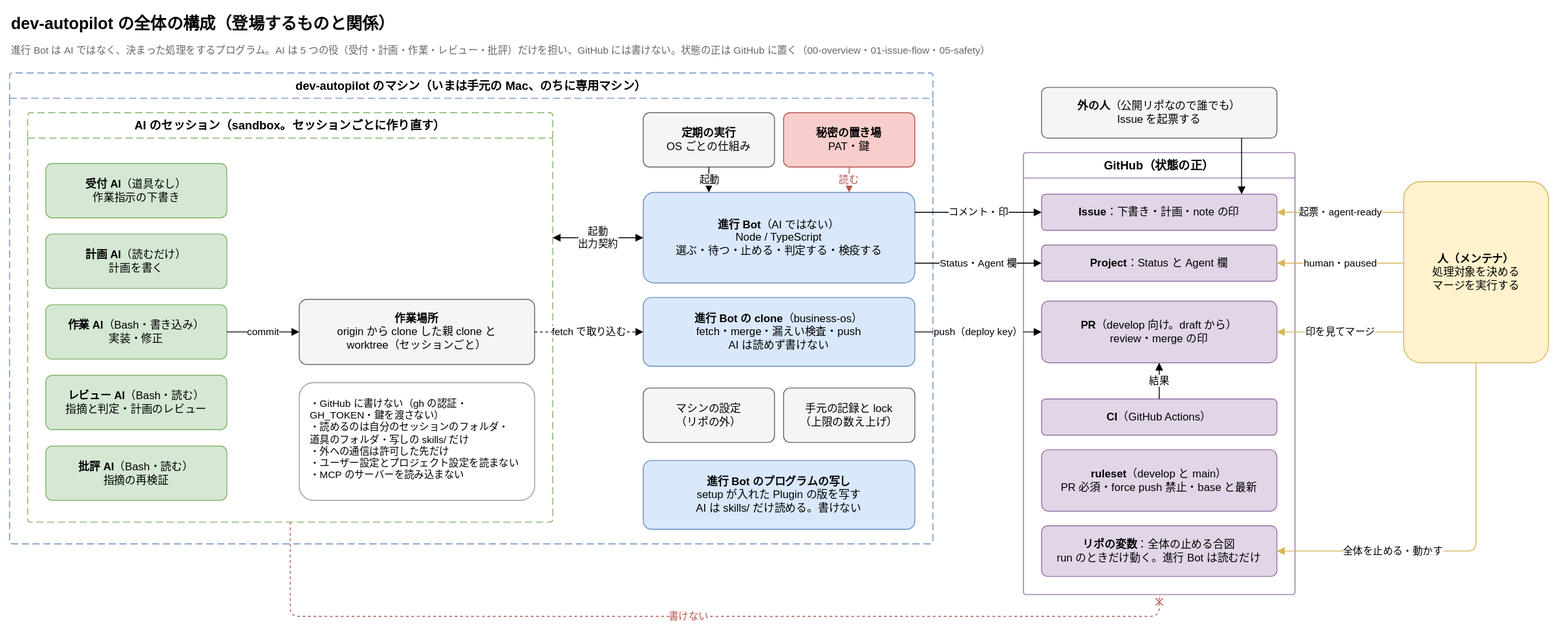
Earlier version of the draw.io export docs/diagrams/overview.drawio.svg (Joymerrevent/dev-autopilot). Source tidied: cells renumbered, new cells last; positions are measured from the earlier drawing's top-left corner, leaving out a move shared by most shapes.
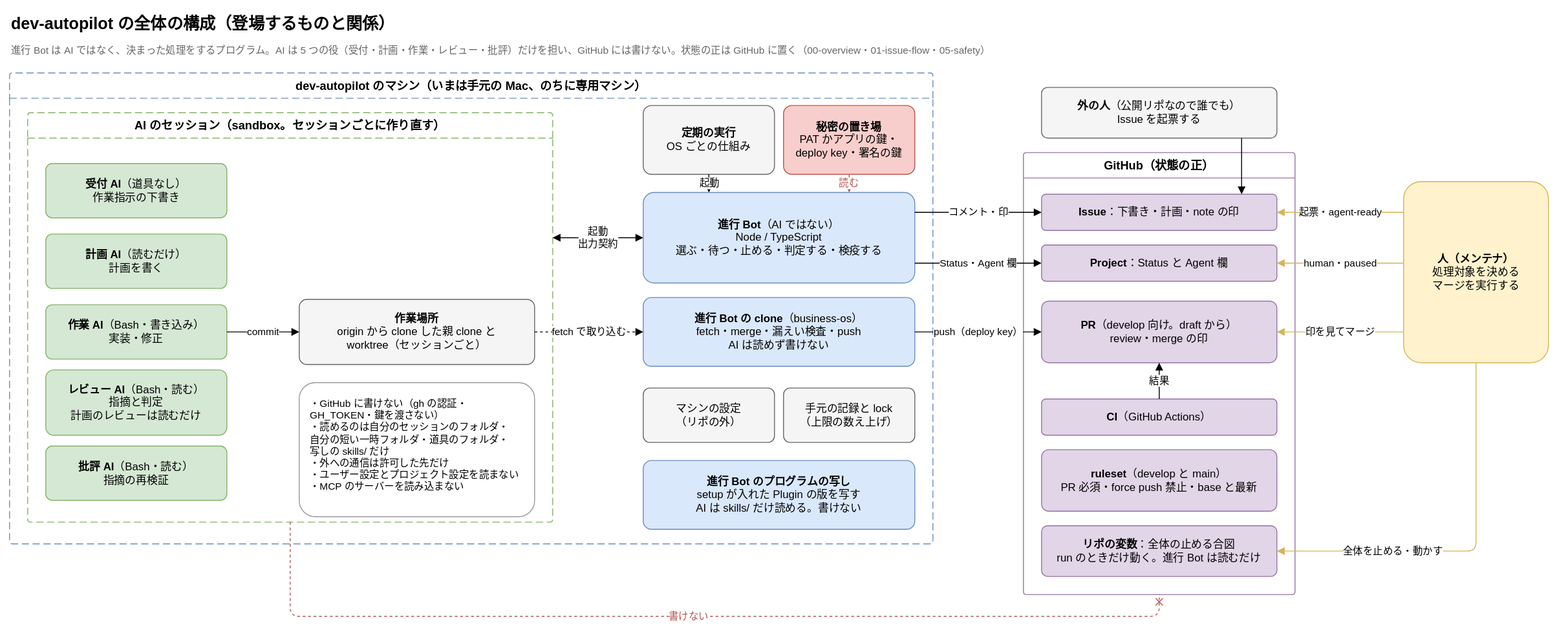
The same diagram one commit later.

What changed in the source:
```diff
@@ -23,8 +23,8 @@
     <mxCell id="8" value="&lt;b&gt;作業 AI&lt;/b&gt;（Bash・書き込み）&lt;br&gt;実装・修正" style="rounded=1;whiteSpace=wrap;html=1;fontSize=12;arcSize=12;fillColor=#d5e8d4;strokeColor=#82b366;spacing=12;" parent="5" vertex="1">
       <mxGeometry x="20" y="212" width="200" height="60" as="geometry" />
     </mxCell>
-    <mxCell id="9" value="&lt;b&gt;レビュー AI&lt;/b&gt;（Bash・読む）&lt;br&gt;指摘と判定・計画のレビュー" style="rounded=1;whiteSpace=wrap;html=1;fontSize=12;arcSize=12;fillColor=#d5e8d4;strokeColor=#82b366;spacing=12;" parent="5" vertex="1">
-      <mxGeometry x="20" y="290" width="200" height="60" as="geometry" />
+    <mxCell id="9" value="&lt;b&gt;レビュー AI&lt;/b&gt;（Bash・読む）&lt;br&gt;指摘と判定&lt;br&gt;計画のレビューは読むだけ" style="rounded=1;whiteSpace=wrap;html=1;fontSize=12;arcSize=12;fillColor=#d5e8d4;strokeColor=#82b366;spacing=12;" parent="5" vertex="1">
+      <mxGeometry x="20" y="284" width="200" height="72" as="geometry" />
     </mxCell>
     <mxCell id="10" value="&lt;b&gt;批評 AI&lt;/b&gt;（Bash・読む）&lt;br&gt;指摘の再検証" style="rounded=1;whiteSpace=wrap;html=1;fontSize=12;arcSize=12;fillColor=#d5e8d4;strokeColor=#82b366;spacing=12;" parent="5" vertex="1">
       <mxGeometry x="20" y="368" width="200" height="60" as="geometry" />
@@ -32,14 +32,14 @@
     <mxCell id="11" value="&lt;b&gt;作業場所&lt;/b&gt;&lt;br&gt;origin から clone した親 clone と&lt;br&gt;worktree（セッションごと）" style="rounded=1;whiteSpace=wrap;html=1;fontSize=12;arcSize=12;fillColor=#f5f5f5;strokeColor=#666666;spacing=12;" parent="5" vertex="1">
       <mxGeometry x="300" y="206" width="260" height="72" as="geometry" />
     </mxCell>
-    <mxCell id="12" value="・GitHub に書けない（gh の認証・GH_TOKEN・鍵を渡さない）&lt;br&gt;・読めるのは自分のセッションのフォルダ・&lt;br&gt;道具のフォルダ・写しの skills/ だけ&lt;br&gt;・外への通信は許可した先だけ&lt;br&gt;・ユーザー設定とプロジェクト設定を読まない&lt;br&gt;・MCP のサーバーを読み込まない" style="rounded=1;whiteSpace=wrap;html=1;fontSize=12;arcSize=12;align=left;verticalAlign=top;fontSize=11;fillColor=#ffffff;strokeColor=#999999;spacing=12;" parent="5" vertex="1">
-      <mxGeometry x="300" y="298" width="260" height="130" as="geometry" />
+    <mxCell id="12" value="・GitHub に書けない（gh の認証・GH_TOKEN・鍵を渡さない）&lt;br&gt;・読めるのは自分のセッションのフォルダ・&lt;br&gt;自分の短い一時フォルダ・道具のフォルダ・&lt;br&gt;写しの skills/ だけ&lt;br&gt;・外への通信は許可した先だけ&lt;br&gt;・ユーザー設定とプロジェクト設定を読まない&lt;br&gt;・MCP のサーバーを読み込まない" style="rounded=1;whiteSpace=wrap;html=1;fontSize=12;arcSize=12;align=left;verticalAlign=top;fontSize=11;fillColor=#ffffff;strokeColor=#999999;spacing=12;" parent="5" vertex="1">
+      <mxGeometry x="300" y="298" width="260" height="148" as="geometry" />
     </mxCell>
     <mxCell id="13" value="&lt;b&gt;定期の実行&lt;/b&gt;&lt;br&gt;OS ごとの仕組み" style="rounded=1;whiteSpace=wrap;html=1;fontSize=12;arcSize=12;fillColor=#f5f5f5;strokeColor=#666666;spacing=12;" parent="1" vertex="1">
-      <mxGeometry x="700" y="114" width="145" height="60" as="geometry" />
+      <mxGeometry x="700" y="106" width="145" height="76" as="geometry" />
     </mxCell>
-    <mxCell id="14" value="&lt;b&gt;秘密の置き場&lt;/b&gt;&lt;br&gt;PAT・鍵" style="rounded=1;whiteSpace=wrap;html=1;fontSize=12;arcSize=12;fillColor=#f8cecc;strokeColor=#b85450;spacing=12;" parent="1" vertex="1">
-      <mxGeometry x="855" y="114" width="145" height="60" as="geometry" />
+    <mxCell id="14" value="&lt;b&gt;秘密の置き場&lt;/b&gt;&lt;br&gt;PAT かアプリの鍵・&lt;br&gt;deploy key・署名の鍵" style="rounded=1;whiteSpace=wrap;html=1;fontSize=12;arcSize=12;fillColor=#f8cecc;strokeColor=#b85450;spacing=12;" parent="1" vertex="1">
+      <mxGeometry x="855" y="106" width="145" height="76" as="geometry" />
     </mxCell>
     <mxCell id="15" value="&lt;b&gt;進行 Bot&lt;/b&gt;（AI ではない）&lt;br&gt;Node / TypeScript&lt;br&gt;選ぶ・待つ・止める・判定する・検疫する" style="rounded=1;whiteSpace=wrap;html=1;fontSize=12;arcSize=12;fillColor=#dae8fc;strokeColor=#6c8ebf;spacing=12;" parent="1" vertex="1">
       <mxGeometry x="700" y="202" width="300" height="100" as="geometry" />
```
